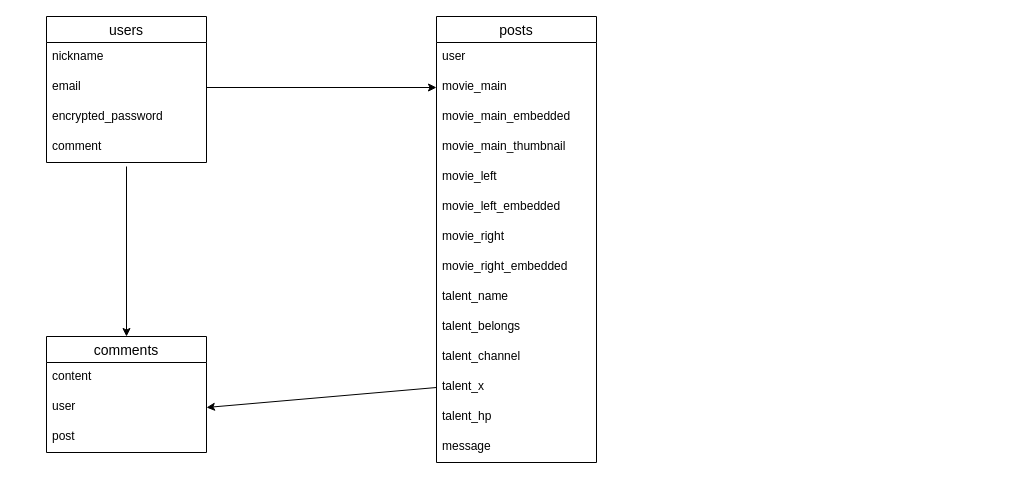
The draw.io diagram vlinker.dio in ryotaro960/vlinker_rebuild, before the edit. Source tidied: cells renumbered, new cells numbered last; positions are measured from the earlier drawing's top-left corner, leaving out a move shared by most shapes. Both pictures are drawn from the tidied source at 100%, with x=0, y=0 at pixel (46, 16).
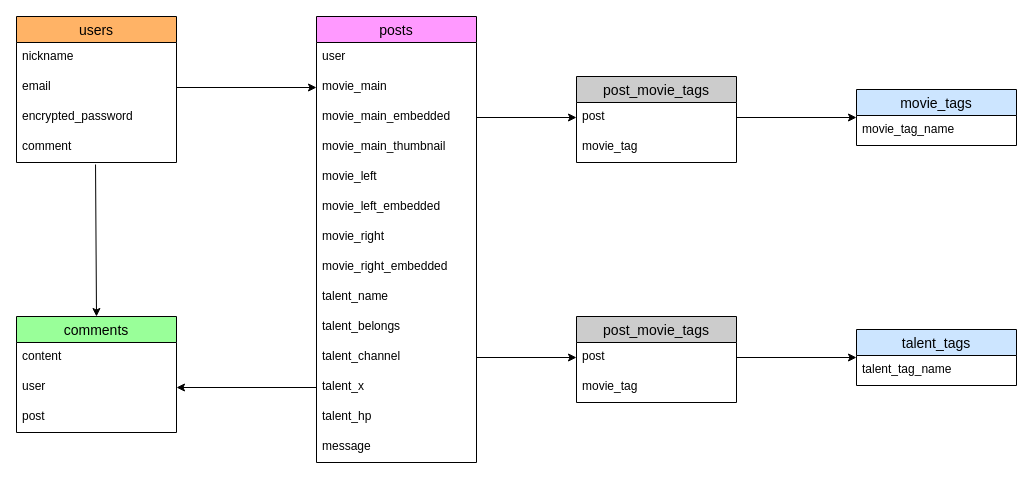
The same diagram, later.

The change refers to these unchanged cells:
```xml
<mxCell id="6" value="comment" style="text;strokeColor=none;fillColor=none;spacingLeft=4;spacingRight=4;overflow=hidden;points=[[0,0.5],[1,0.5]];portConstraint=eastwest;fontSize=12;" parent="2" vertex="1">
  <mxGeometry y="116" width="160" height="30" as="geometry" />
</mxCell>
<mxCell id="10" value="movie_main_embedded" style="text;strokeColor=none;fillColor=none;spacingLeft=4;spacingRight=4;overflow=hidden;points=[[0,0.5],[1,0.5]];portConstraint=eastwest;fontSize=12;" parent="7" vertex="1">
  <mxGeometry y="86" width="160" height="30" as="geometry" />
</mxCell>
<mxCell id="18" value="talent_channel" style="text;strokeColor=none;fillColor=none;spacingLeft=4;spacingRight=4;overflow=hidden;points=[[0,0.5],[1,0.5]];portConstraint=eastwest;fontSize=12;" parent="7" vertex="1">
  <mxGeometry y="326" width="160" height="30" as="geometry" />
</mxCell>
```

Diff of the diagram source:
```diff
@@
-    <mxCell id="2" value="users" style="swimlane;fontStyle=0;horizontal=1;startSize=26;align=center;fontSize=14;" parent="1" vertex="1">
-      <mxGeometry width="160" height="146" as="geometry" />
+    <mxCell id="2" value="users" style="swimlane;fontStyle=0;horizontal=1;startSize=26;align=center;fontSize=14;fillColor=#FFB366;" parent="1" vertex="1">
+      <mxGeometry x="-30" width="160" height="146" as="geometry" />
     </mxCell>
@@
-    <mxCell id="7" value="posts" style="swimlane;fontStyle=0;horizontal=1;startSize=26;align=center;fontSize=14;" parent="1" vertex="1">
-      <mxGeometry x="390" width="160" height="446" as="geometry" />
+    <mxCell id="7" value="posts" style="swimlane;fontStyle=0;horizontal=1;startSize=26;align=center;fontSize=14;fillColor=#FF99FF;" parent="1" vertex="1">
+      <mxGeometry x="270" width="160" height="446" as="geometry" />
     </mxCell>
@@
-    <mxCell id="22" value="comments" style="swimlane;fontStyle=0;horizontal=1;startSize=26;align=center;fontSize=14;" parent="1" vertex="1">
-      <mxGeometry y="320" width="160" height="116" as="geometry" />
+    <mxCell id="22" value="comments" style="swimlane;fontStyle=0;horizontal=1;startSize=26;align=center;fontSize=14;fillColor=#99FF99;" parent="1" vertex="1">
+      <mxGeometry x="-30" y="300" width="160" height="116" as="geometry" />
     </mxCell>
@@
-    <mxCell id="27" style="edgeStyle=none;html=1;entryX=0.5;entryY=0;entryDx=0;entryDy=0;" parent="1" edge="1" target="22">
-      <mxGeometry relative="1" as="geometry">
-        <mxPoint x="80" y="150" as="sourcePoint" />
-      </mxGeometry>
+    <mxCell id="27" style="edgeStyle=none;html=1;entryX=0.5;entryY=0;entryDx=0;entryDy=0;exitX=0.494;exitY=1.067;exitDx=0;exitDy=0;exitPerimeter=0;" parent="1" edge="1" source="6" target="22">
+      <mxGeometry relative="1" as="geometry" />
     </mxCell>
@@
+    <mxCell id="29" value="movie_tags" style="swimlane;fontStyle=0;horizontal=1;startSize=26;align=center;fontSize=14;fillColor=#CCE5FF;" parent="1" vertex="1">
+      <mxGeometry x="810" y="73" width="160" height="56" as="geometry" />
+    </mxCell>
+    <mxCell id="30" value="movie_tag_name" style="text;strokeColor=none;fillColor=none;spacingLeft=4;spacingRight=4;overflow=hidden;fontSize=12;" parent="29" vertex="1">
+      <mxGeometry y="26" width="160" height="30" as="geometry" />
+    </mxCell>
+    <mxCell id="31" value="talent_tags" style="swimlane;fontStyle=0;horizontal=1;startSize=26;align=center;fontSize=14;fillColor=#CCE5FF;" parent="1" vertex="1">
+      <mxGeometry x="810" y="313" width="160" height="56" as="geometry" />
+    </mxCell>
+    <mxCell id="32" value="talent_tag_name" style="text;strokeColor=none;fillColor=none;spacingLeft=4;spacingRight=4;overflow=hidden;fontSize=12;" parent="31" vertex="1">
+      <mxGeometry y="26" width="160" height="30" as="geometry" />
+    </mxCell>
+    <mxCell id="33" value="post_movie_tags" style="swimlane;fontStyle=0;horizontal=1;startSize=26;align=center;fontSize=14;fillColor=#CCCCCC;" parent="1" vertex="1">
+      <mxGeometry x="530" y="60" width="160" height="86" as="geometry" />
+    </mxCell>
+    <mxCell id="34" value="post" style="text;strokeColor=none;fillColor=none;spacingLeft=4;spacingRight=4;overflow=hidden;points=[[0,0.5],[1,0.5]];portConstraint=eastwest;fontSize=12;" parent="33" vertex="1">
+      <mxGeometry y="26" width="160" height="30" as="geometry" />
+    </mxCell>
+    <mxCell id="35" value="movie_tag" style="text;strokeColor=none;fillColor=none;spacingLeft=4;spacingRight=4;overflow=hidden;fontSize=12;" parent="33" vertex="1">
+      <mxGeometry y="56" width="160" height="30" as="geometry" />
+    </mxCell>
+    <mxCell id="36" value="post_movie_tags" style="swimlane;fontStyle=0;horizontal=1;startSize=26;align=center;fontSize=14;fillColor=#CCCCCC;" parent="1" vertex="1">
+      <mxGeometry x="530" y="300" width="160" height="86" as="geometry" />
+    </mxCell>
+    <mxCell id="37" value="post" style="text;strokeColor=none;fillColor=none;spacingLeft=4;spacingRight=4;overflow=hidden;points=[[0,0.5],[1,0.5]];portConstraint=eastwest;fontSize=12;" parent="36" vertex="1">
+      <mxGeometry y="26" width="160" height="30" as="geometry" />
+    </mxCell>
+    <mxCell id="38" value="movie_tag" style="text;strokeColor=none;fillColor=none;spacingLeft=4;spacingRight=4;overflow=hidden;fontSize=12;" parent="36" vertex="1">
+      <mxGeometry y="56" width="160" height="30" as="geometry" />
+    </mxCell>
+    <mxCell id="39" style="edgeStyle=none;html=1;exitX=1;exitY=0.5;exitDx=0;exitDy=0;entryX=0;entryY=0.5;entryDx=0;entryDy=0;" parent="1" edge="1" source="10" target="34">
+      <mxGeometry relative="1" as="geometry" />
+    </mxCell>
+    <mxCell id="40" style="edgeStyle=none;html=1;exitX=1;exitY=0.5;exitDx=0;exitDy=0;entryX=0;entryY=0.5;entryDx=0;entryDy=0;" parent="1" edge="1" source="34" target="29">
+      <mxGeometry relative="1" as="geometry" />
+    </mxCell>
+    <mxCell id="41" style="edgeStyle=none;html=1;exitX=1;exitY=0.5;exitDx=0;exitDy=0;entryX=0;entryY=0.5;entryDx=0;entryDy=0;" parent="1" edge="1" source="18" target="37">
+      <mxGeometry relative="1" as="geometry" />
+    </mxCell>
+    <mxCell id="42" style="edgeStyle=none;html=1;exitX=1;exitY=0.5;exitDx=0;exitDy=0;entryX=0;entryY=0.5;entryDx=0;entryDy=0;" parent="1" edge="1" source="37" target="31">
+      <mxGeometry relative="1" as="geometry" />
+    </mxCell>
```
